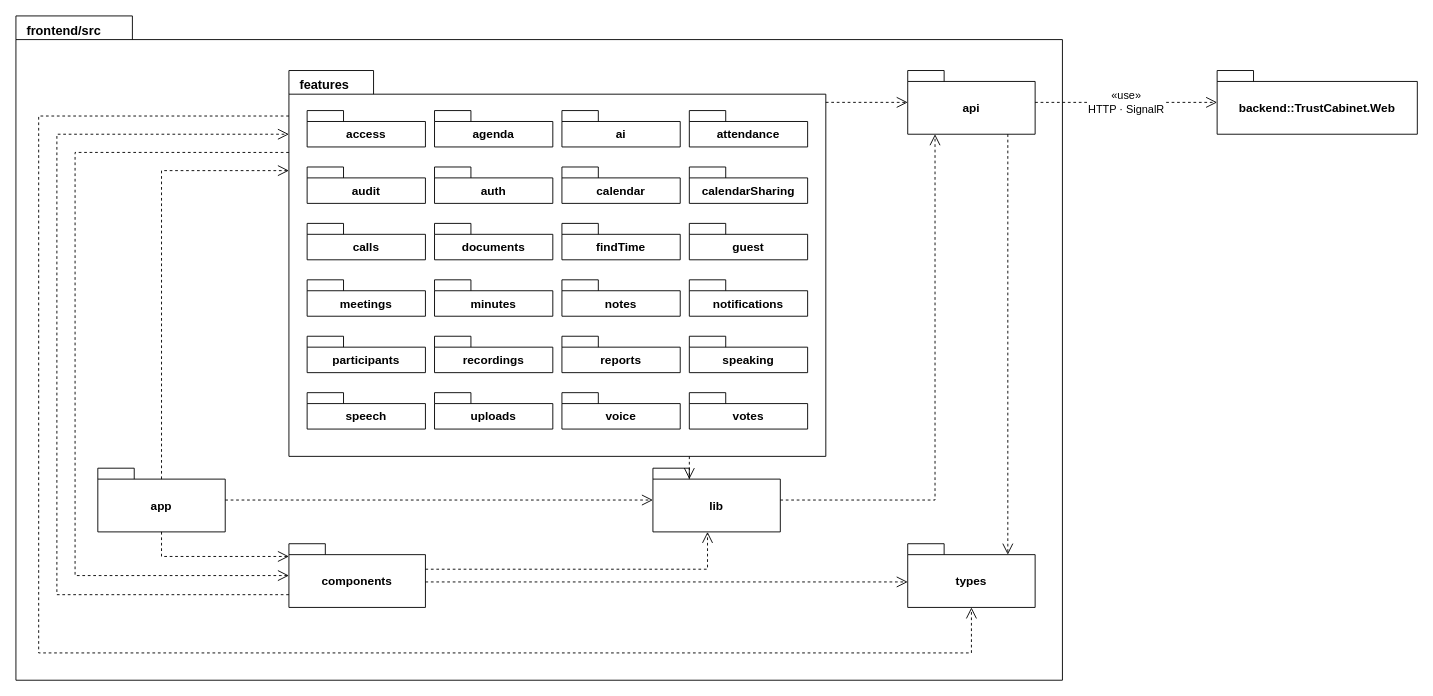
Above: docs/15-package-diagram/package-frontend.drawio in callmehai/FU-FA26-G116 (draw.io), before the change. Source tidied: cells renumbered, new cells numbered last; positions are measured from the earlier drawing's top-left corner, leaving out a move shared by most shapes. Both pictures are drawn from the tidied source at 91%, with x=0, y=0 at pixel (15, 15).
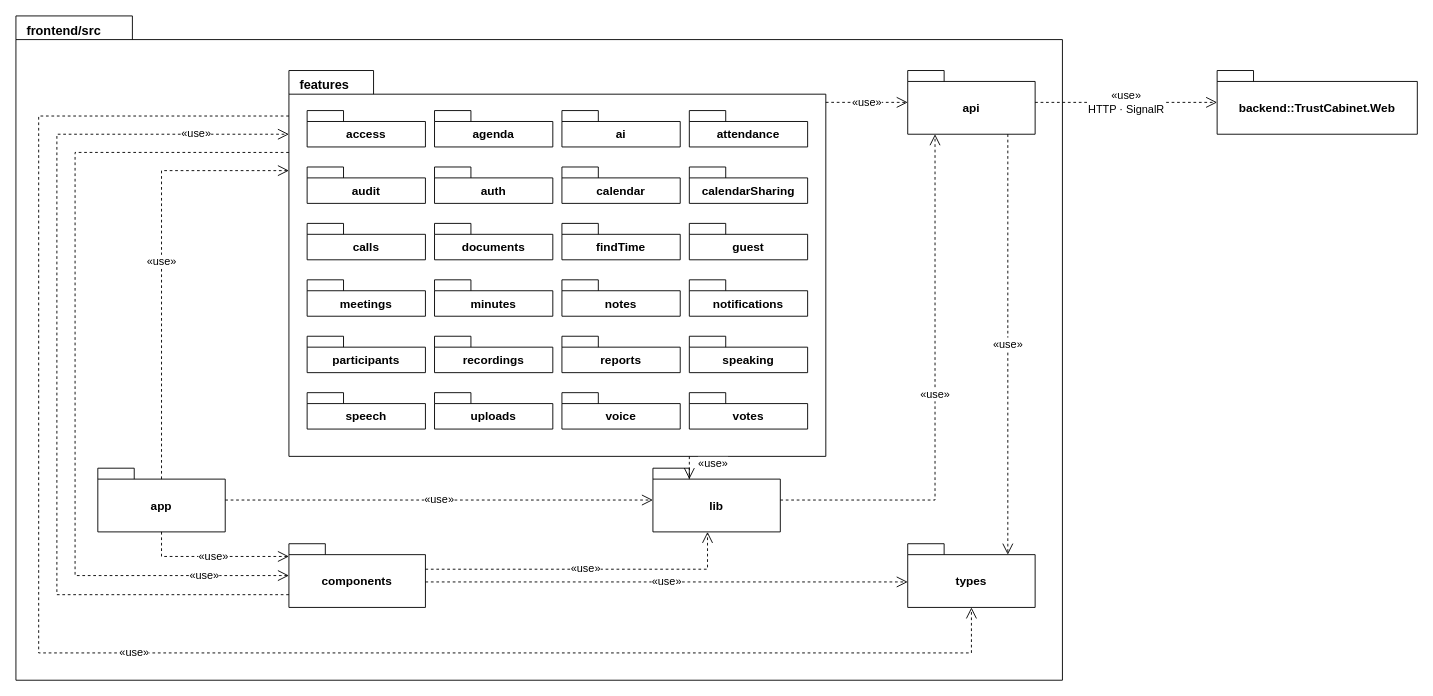
The same page after the edit.

Unchanged cells that the change refers to:
```xml
<mxCell id="3" value="app" style="shape=folder;tabWidth=40;tabHeight=12;tabPosition=left;verticalAlign=middle;align=center;spacingTop=12;fontStyle=1;fontSize=13;html=1;whiteSpace=wrap;fillColor=#ffffff;strokeColor=#000000;fontColor=#000000;fontFamily=Helvetica;" parent="2" vertex="1">
  <mxGeometry x="90" y="497" width="140" height="70" as="geometry" />
</mxCell>
<mxCell id="4" value="features" style="shape=folder;tabWidth=93;tabHeight=26;tabPosition=left;verticalAlign=top;align=left;spacingLeft=10;spacingTop=1;fontStyle=1;fontSize=14;html=1;whiteSpace=wrap;fillColor=#ffffff;strokeColor=#000000;fontColor=#000000;fontFamily=Helvetica;" parent="2" vertex="1">
  <mxGeometry x="300" y="60" width="590" height="424" as="geometry" />
</mxCell>
<mxCell id="29" value="components" style="shape=folder;tabWidth=40;tabHeight=12;tabPosition=left;verticalAlign=middle;align=center;spacingTop=12;fontStyle=1;fontSize=13;html=1;whiteSpace=wrap;fillColor=#ffffff;strokeColor=#000000;fontColor=#000000;fontFamily=Helvetica;" parent="2" vertex="1">
  <mxGeometry x="300" y="580" width="150" height="70" as="geometry" />
</mxCell>
<mxCell id="30" value="lib" style="shape=folder;tabWidth=40;tabHeight=12;tabPosition=left;verticalAlign=middle;align=center;spacingTop=12;fontStyle=1;fontSize=13;html=1;whiteSpace=wrap;fillColor=#ffffff;strokeColor=#000000;fontColor=#000000;fontFamily=Helvetica;" parent="2" vertex="1">
  <mxGeometry x="700" y="497" width="140" height="70" as="geometry" />
</mxCell>
<mxCell id="31" value="api" style="shape=folder;tabWidth=40;tabHeight=12;tabPosition=left;verticalAlign=middle;align=center;spacingTop=12;fontStyle=1;fontSize=13;html=1;whiteSpace=wrap;fillColor=#ffffff;strokeColor=#000000;fontColor=#000000;fontFamily=Helvetica;" parent="2" vertex="1">
  <mxGeometry x="980" y="60" width="140" height="70" as="geometry" />
</mxCell>
<mxCell id="32" value="types" style="shape=folder;tabWidth=40;tabHeight=12;tabPosition=left;verticalAlign=middle;align=center;spacingTop=12;fontStyle=1;fontSize=13;html=1;whiteSpace=wrap;fillColor=#ffffff;strokeColor=#000000;fontColor=#000000;fontFamily=Helvetica;" parent="2" vertex="1">
  <mxGeometry x="980" y="580" width="140" height="70" as="geometry" />
</mxCell>
```

Change to the diagram source:
```diff
@@
-    <mxCell id="34" style="endArrow=open;endFill=0;endSize=10;dashed=1;rounded=0;html=1;strokeColor=#000000;fontColor=#000000;fontFamily=Helvetica;fontSize=12;labelBackgroundColor=#ffffff;exitX=0.5;exitY=0.1714;exitDx=0;exitDy=0;exitPerimeter=0;entryX=0;entryY=0.2594;entryDx=0;entryDy=0;entryPerimeter=0;" parent="1" edge="1" source="3" target="4">
+    <mxCell id="34" value="«use»" style="endArrow=open;endFill=0;endSize=10;dashed=1;rounded=0;html=1;strokeColor=#000000;fontColor=#000000;fontFamily=Helvetica;fontSize=12;labelBackgroundColor=#ffffff;exitX=0.5;exitY=0.1714;exitDx=0;exitDy=0;exitPerimeter=0;entryX=0;entryY=0.2594;entryDx=0;entryDy=0;entryPerimeter=0;" parent="1" edge="1" source="3" target="4">
       <mxGeometry relative="1" as="geometry">
         <Array as="points">
           <mxPoint x="160" y="170" />
         </Array>
       </mxGeometry>
     </mxCell>
-    <mxCell id="35" style="endArrow=open;endFill=0;endSize=10;dashed=1;rounded=0;html=1;strokeColor=#000000;fontColor=#000000;fontFamily=Helvetica;fontSize=12;labelBackgroundColor=#ffffff;exitX=0.5;exitY=1;exitDx=0;exitDy=0;exitPerimeter=0;entryX=0;entryY=0.2;entryDx=0;entryDy=0;entryPerimeter=0;" parent="1" edge="1" source="3" target="29">
+    <mxCell id="35" value="«use»" style="endArrow=open;endFill=0;endSize=10;dashed=1;rounded=0;html=1;strokeColor=#000000;fontColor=#000000;fontFamily=Helvetica;fontSize=12;labelBackgroundColor=#ffffff;exitX=0.5;exitY=1;exitDx=0;exitDy=0;exitPerimeter=0;entryX=0;entryY=0.2;entryDx=0;entryDy=0;entryPerimeter=0;" parent="1" edge="1" source="3" target="29">
       <mxGeometry relative="1" as="geometry">
         <Array as="points">
           <mxPoint x="160" y="594" />
         </Array>
       </mxGeometry>
     </mxCell>
-    <mxCell id="36" style="endArrow=open;endFill=0;endSize=10;dashed=1;rounded=0;html=1;strokeColor=#000000;fontColor=#000000;fontFamily=Helvetica;fontSize=12;labelBackgroundColor=#ffffff;exitX=1;exitY=0.5;exitDx=0;exitDy=0;exitPerimeter=0;entryX=0;entryY=0.5;entryDx=0;entryDy=0;entryPerimeter=0;" parent="1" edge="1" source="3" target="30">
+    <mxCell id="36" value="«use»" style="endArrow=open;endFill=0;endSize=10;dashed=1;rounded=0;html=1;strokeColor=#000000;fontColor=#000000;fontFamily=Helvetica;fontSize=12;labelBackgroundColor=#ffffff;exitX=1;exitY=0.5;exitDx=0;exitDy=0;exitPerimeter=0;entryX=0;entryY=0.5;entryDx=0;entryDy=0;entryPerimeter=0;" parent="1" edge="1" source="3" target="30">
       <mxGeometry relative="1" as="geometry" />
     </mxCell>
-    <mxCell id="37" style="endArrow=open;endFill=0;endSize=10;dashed=1;rounded=0;html=1;strokeColor=#000000;fontColor=#000000;fontFamily=Helvetica;fontSize=12;labelBackgroundColor=#ffffff;exitX=0;exitY=0.1179;exitDx=0;exitDy=0;exitPerimeter=0;entryX=0.5;entryY=1;entryDx=0;entryDy=0;entryPerimeter=0;" parent="1" edge="1" source="4" target="32">
+    <mxCell id="37" value="«use»" style="endArrow=open;endFill=0;endSize=10;dashed=1;rounded=0;html=1;strokeColor=#000000;fontColor=#000000;fontFamily=Helvetica;fontSize=12;labelBackgroundColor=#ffffff;exitX=0;exitY=0.1179;exitDx=0;exitDy=0;exitPerimeter=0;entryX=0.5;entryY=1;entryDx=0;entryDy=0;entryPerimeter=0;" parent="1" edge="1" source="4" target="32">
       <mxGeometry relative="1" as="geometry">
         <Array as="points">
           <mxPoint x="25" y="110" />
           <mxPoint x="25" y="700" />
           <mxPoint x="1050" y="700" />
         </Array>
       </mxGeometry>
     </mxCell>
-    <mxCell id="38" style="endArrow=open;endFill=0;endSize=10;dashed=1;rounded=0;html=1;strokeColor=#000000;fontColor=#000000;fontFamily=Helvetica;fontSize=12;labelBackgroundColor=#ffffff;exitX=0;exitY=0.8;exitDx=0;exitDy=0;exitPerimeter=0;entryX=0;entryY=0.1651;entryDx=0;entryDy=0;entryPerimeter=0;" parent="1" edge="1" source="29" target="4">
-      <mxGeometry relative="1" as="geometry">
+    <mxCell id="38" value="«use»" style="endArrow=open;endFill=0;endSize=10;dashed=1;rounded=0;html=1;strokeColor=#000000;fontColor=#000000;fontFamily=Helvetica;fontSize=12;labelBackgroundColor=#ffffff;exitX=0;exitY=0.8;exitDx=0;exitDy=0;exitPerimeter=0;entryX=0;entryY=0.1651;entryDx=0;entryDy=0;entryPerimeter=0;" parent="1" edge="1" source="29" target="4">
+      <mxGeometry x="0.8" relative="1" as="geometry">
         <Array as="points">
           <mxPoint x="45" y="636" />
           <mxPoint x="45" y="130" />
         </Array>
       </mxGeometry>
     </mxCell>
-    <mxCell id="39" style="endArrow=open;endFill=0;endSize=10;dashed=1;rounded=0;html=1;strokeColor=#000000;fontColor=#000000;fontFamily=Helvetica;fontSize=12;labelBackgroundColor=#ffffff;exitX=0;exitY=0.2123;exitDx=0;exitDy=0;exitPerimeter=0;entryX=0;entryY=0.5;entryDx=0;entryDy=0;entryPerimeter=0;" parent="1" edge="1" source="4" target="29">
-      <mxGeometry relative="1" as="geometry">
+    <mxCell id="39" value="«use»" style="endArrow=open;endFill=0;endSize=10;dashed=1;rounded=0;html=1;strokeColor=#000000;fontColor=#000000;fontFamily=Helvetica;fontSize=12;labelBackgroundColor=#ffffff;exitX=0;exitY=0.2123;exitDx=0;exitDy=0;exitPerimeter=0;entryX=0;entryY=0.5;entryDx=0;entryDy=0;entryPerimeter=0;" parent="1" edge="1" source="4" target="29">
+      <mxGeometry x="0.8" relative="1" as="geometry">
         <Array as="points">
           <mxPoint x="65" y="150" />
           <mxPoint x="65" y="615" />
         </Array>
       </mxGeometry>
     </mxCell>
-    <mxCell id="40" style="endArrow=open;endFill=0;endSize=10;dashed=1;rounded=0;html=1;strokeColor=#000000;fontColor=#000000;fontFamily=Helvetica;fontSize=12;labelBackgroundColor=#ffffff;exitX=1;exitY=0.0825;exitDx=0;exitDy=0;exitPerimeter=0;entryX=0;entryY=0.5;entryDx=0;entryDy=0;entryPerimeter=0;" parent="1" edge="1" source="4" target="31">
+    <mxCell id="40" value="«use»" style="endArrow=open;endFill=0;endSize=10;dashed=1;rounded=0;html=1;strokeColor=#000000;fontColor=#000000;fontFamily=Helvetica;fontSize=12;labelBackgroundColor=#ffffff;exitX=1;exitY=0.0825;exitDx=0;exitDy=0;exitPerimeter=0;entryX=0;entryY=0.5;entryDx=0;entryDy=0;entryPerimeter=0;" parent="1" edge="1" source="4" target="31">
       <mxGeometry relative="1" as="geometry" />
     </mxCell>
-    <mxCell id="41" style="endArrow=open;endFill=0;endSize=10;dashed=1;rounded=0;html=1;strokeColor=#000000;fontColor=#000000;fontFamily=Helvetica;fontSize=12;labelBackgroundColor=#ffffff;exitX=0.7458;exitY=1;exitDx=0;exitDy=0;exitPerimeter=0;entryX=0.2857;entryY=0.1714;entryDx=0;entryDy=0;entryPerimeter=0;" parent="1" edge="1" source="4" target="30">
-      <mxGeometry relative="1" as="geometry" />
+    <mxCell id="41" value="«use»" style="endArrow=open;endFill=0;endSize=10;dashed=1;rounded=0;html=1;strokeColor=#000000;fontColor=#000000;fontFamily=Helvetica;fontSize=12;labelBackgroundColor=#ffffff;exitX=0.7458;exitY=1;exitDx=0;exitDy=0;exitPerimeter=0;entryX=0.2857;entryY=0.1714;entryDx=0;entryDy=0;entryPerimeter=0;" parent="1" edge="1" source="4" target="30">
+      <mxGeometry relative="1" as="geometry">
+        <mxPoint x="26" y="-4" as="offset" />
+      </mxGeometry>
     </mxCell>
-    <mxCell id="42" style="endArrow=open;endFill=0;endSize=10;dashed=1;rounded=0;html=1;strokeColor=#000000;fontColor=#000000;fontFamily=Helvetica;fontSize=12;labelBackgroundColor=#ffffff;exitX=1;exitY=0.4;exitDx=0;exitDy=0;exitPerimeter=0;entryX=0.4286;entryY=1;entryDx=0;entryDy=0;entryPerimeter=0;" parent="1" edge="1" source="29" target="30">
+    <mxCell id="42" value="«use»" style="endArrow=open;endFill=0;endSize=10;dashed=1;rounded=0;html=1;strokeColor=#000000;fontColor=#000000;fontFamily=Helvetica;fontSize=12;labelBackgroundColor=#ffffff;exitX=1;exitY=0.4;exitDx=0;exitDy=0;exitPerimeter=0;entryX=0.4286;entryY=1;entryDx=0;entryDy=0;entryPerimeter=0;" parent="1" edge="1" source="29" target="30">
       <mxGeometry relative="1" as="geometry">
         <Array as="points">
           <mxPoint x="760" y="608" />
         </Array>
       </mxGeometry>
     </mxCell>
-    <mxCell id="43" style="endArrow=open;endFill=0;endSize=10;dashed=1;rounded=0;html=1;strokeColor=#000000;fontColor=#000000;fontFamily=Helvetica;fontSize=12;labelBackgroundColor=#ffffff;exitX=1;exitY=0.6;exitDx=0;exitDy=0;exitPerimeter=0;entryX=0;entryY=0.6;entryDx=0;entryDy=0;entryPerimeter=0;" parent="1" edge="1" source="29" target="32">
+    <mxCell id="43" value="«use»" style="endArrow=open;endFill=0;endSize=10;dashed=1;rounded=0;html=1;strokeColor=#000000;fontColor=#000000;fontFamily=Helvetica;fontSize=12;labelBackgroundColor=#ffffff;exitX=1;exitY=0.6;exitDx=0;exitDy=0;exitPerimeter=0;entryX=0;entryY=0.6;entryDx=0;entryDy=0;entryPerimeter=0;" parent="1" edge="1" source="29" target="32">
       <mxGeometry relative="1" as="geometry" />
     </mxCell>
-    <mxCell id="44" style="endArrow=open;endFill=0;endSize=10;dashed=1;rounded=0;html=1;strokeColor=#000000;fontColor=#000000;fontFamily=Helvetica;fontSize=12;labelBackgroundColor=#ffffff;exitX=1;exitY=0.5;exitDx=0;exitDy=0;exitPerimeter=0;entryX=0.2143;entryY=1;entryDx=0;entryDy=0;entryPerimeter=0;" parent="1" edge="1" source="30" target="31">
+    <mxCell id="44" value="«use»" style="endArrow=open;endFill=0;endSize=10;dashed=1;rounded=0;html=1;strokeColor=#000000;fontColor=#000000;fontFamily=Helvetica;fontSize=12;labelBackgroundColor=#ffffff;exitX=1;exitY=0.5;exitDx=0;exitDy=0;exitPerimeter=0;entryX=0.2143;entryY=1;entryDx=0;entryDy=0;entryPerimeter=0;" parent="1" edge="1" source="30" target="31">
       <mxGeometry relative="1" as="geometry">
         <Array as="points">
           <mxPoint x="1010" y="532" />
         </Array>
       </mxGeometry>
     </mxCell>
-    <mxCell id="45" style="endArrow=open;endFill=0;endSize=10;dashed=1;rounded=0;html=1;strokeColor=#000000;fontColor=#000000;fontFamily=Helvetica;fontSize=12;labelBackgroundColor=#ffffff;exitX=0.7857;exitY=1;exitDx=0;exitDy=0;exitPerimeter=0;entryX=0.7857;entryY=0.1714;entryDx=0;entryDy=0;entryPerimeter=0;" parent="1" edge="1" source="31" target="32">
+    <mxCell id="45" value="«use»" style="endArrow=open;endFill=0;endSize=10;dashed=1;rounded=0;html=1;strokeColor=#000000;fontColor=#000000;fontFamily=Helvetica;fontSize=12;labelBackgroundColor=#ffffff;exitX=0.7857;exitY=1;exitDx=0;exitDy=0;exitPerimeter=0;entryX=0.7857;entryY=0.1714;entryDx=0;entryDy=0;entryPerimeter=0;" parent="1" edge="1" source="31" target="32">
       <mxGeometry relative="1" as="geometry" />
     </mxCell>
```
